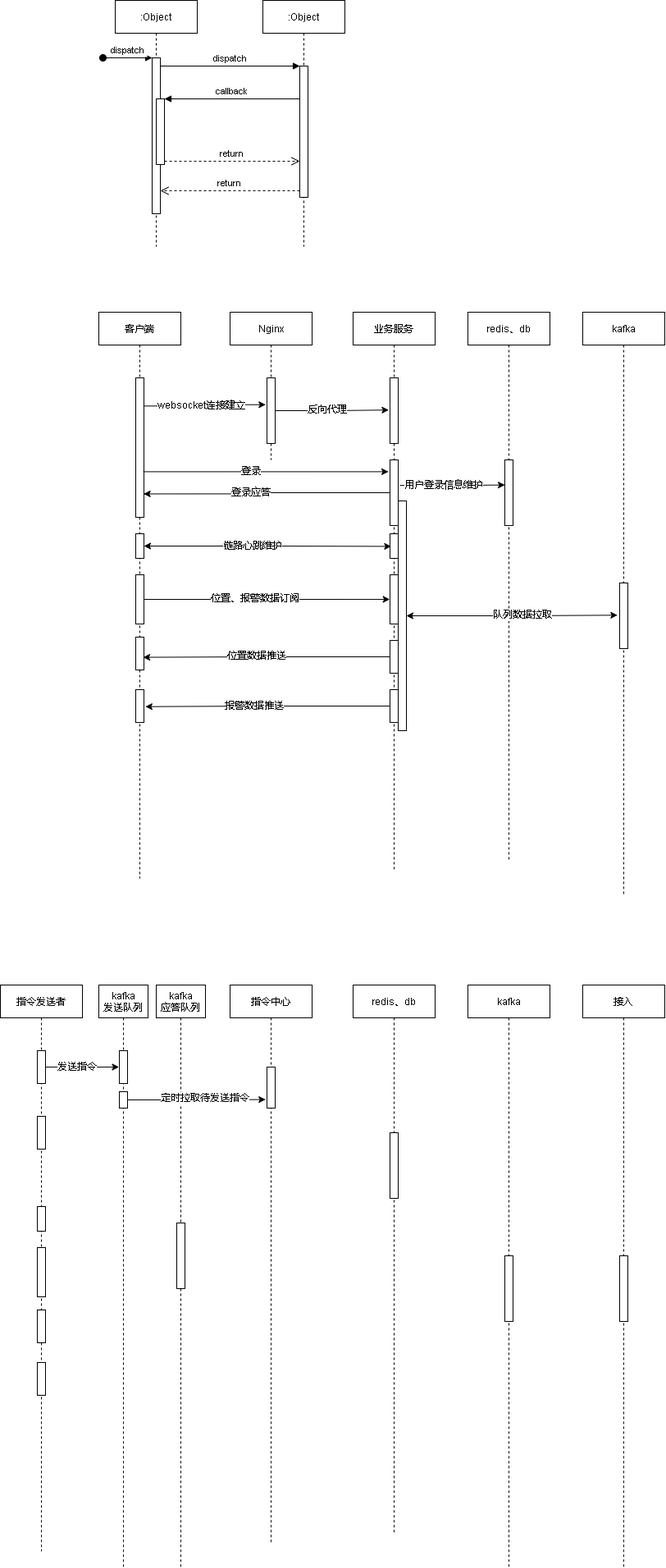
This is cgopro关键业务.drawio.png from xktder/draw, a draw.io export, as it was before one commit. Source tidied: cells renumbered, new cells last; positions are measured from the earlier drawing's top-left corner, leaving out a move shared by most shapes. The source it was exported from:
```xml
<mxGraphModel>
  <root>
    <mxCell id="0" />
    <mxCell id="1" parent="0" />
    <mxCell id="2" value=":Object" style="shape=umlLifeline;perimeter=lifelinePerimeter;rounded=0;shadow=0;strokeWidth=1;" parent="1" vertex="1">
      <mxGeometry x="140" width="100" height="300" as="geometry" />
    </mxCell>
    <mxCell id="3" style="points=[];perimeter=orthogonalPerimeter;rounded=0;shadow=0;strokeWidth=1;" parent="2" vertex="1">
      <mxGeometry x="45" y="70" width="10" height="190" as="geometry" />
    </mxCell>
    <mxCell id="4" value="dispatch" style="verticalAlign=bottom;startArrow=oval;endArrow=block;startSize=8;shadow=0;strokeWidth=1;" parent="2" edge="1" target="3">
      <mxGeometry relative="1" as="geometry">
        <mxPoint x="-15" y="70" as="sourcePoint" />
      </mxGeometry>
    </mxCell>
    <mxCell id="5" style="points=[];perimeter=orthogonalPerimeter;rounded=0;shadow=0;strokeWidth=1;" parent="2" vertex="1">
      <mxGeometry x="50" y="120" width="10" height="80" as="geometry" />
    </mxCell>
    <mxCell id="6" value=":Object" style="shape=umlLifeline;perimeter=lifelinePerimeter;rounded=0;shadow=0;strokeWidth=1;" parent="1" vertex="1">
      <mxGeometry x="320" width="100" height="300" as="geometry" />
    </mxCell>
    <mxCell id="7" style="points=[];perimeter=orthogonalPerimeter;rounded=0;shadow=0;strokeWidth=1;" parent="6" vertex="1">
      <mxGeometry x="45" y="80" width="10" height="160" as="geometry" />
    </mxCell>
    <mxCell id="8" value="return" style="verticalAlign=bottom;endArrow=open;dashed=1;endSize=8;exitX=0;exitY=0.95;shadow=0;strokeWidth=1;" parent="1" edge="1" source="7" target="3">
      <mxGeometry relative="1" as="geometry" />
    </mxCell>
    <mxCell id="9" value="dispatch" style="verticalAlign=bottom;endArrow=block;entryX=0;entryY=0;shadow=0;strokeWidth=1;" parent="1" edge="1" source="3" target="7">
      <mxGeometry relative="1" as="geometry" />
    </mxCell>
    <mxCell id="10" value="callback" style="verticalAlign=bottom;endArrow=block;entryX=1;entryY=0;shadow=0;strokeWidth=1;" parent="1" edge="1" source="7" target="5">
      <mxGeometry relative="1" as="geometry" />
    </mxCell>
    <mxCell id="11" value="return" style="verticalAlign=bottom;endArrow=open;dashed=1;endSize=8;exitX=1;exitY=0.95;shadow=0;strokeWidth=1;" parent="1" edge="1" source="5" target="7">
      <mxGeometry relative="1" as="geometry" />
    </mxCell>
    <mxCell id="12" value="客户端" style="shape=umlLifeline;perimeter=lifelinePerimeter;rounded=0;shadow=0;strokeWidth=1;" parent="1" vertex="1">
      <mxGeometry x="120" y="380" width="100" height="690" as="geometry" />
    </mxCell>
    <mxCell id="13" style="points=[];perimeter=orthogonalPerimeter;rounded=0;shadow=0;strokeWidth=1;" parent="12" vertex="1">
      <mxGeometry x="45" y="80" width="10" height="170" as="geometry" />
    </mxCell>
    <mxCell id="14" style="points=[];perimeter=orthogonalPerimeter;rounded=0;shadow=0;strokeWidth=1;" parent="12" vertex="1">
      <mxGeometry x="45" y="270" width="10" height="30" as="geometry" />
    </mxCell>
    <mxCell id="15" style="points=[];perimeter=orthogonalPerimeter;rounded=0;shadow=0;strokeWidth=1;" parent="12" vertex="1">
      <mxGeometry x="45" y="320" width="10" height="60" as="geometry" />
    </mxCell>
    <mxCell id="16" style="points=[];perimeter=orthogonalPerimeter;rounded=0;shadow=0;strokeWidth=1;" parent="12" vertex="1">
      <mxGeometry x="45" y="396" width="10" height="40" as="geometry" />
    </mxCell>
    <mxCell id="17" style="points=[];perimeter=orthogonalPerimeter;rounded=0;shadow=0;strokeWidth=1;" parent="12" vertex="1">
      <mxGeometry x="45" y="460" width="10" height="40" as="geometry" />
    </mxCell>
    <mxCell id="18" value="Nginx" style="shape=umlLifeline;perimeter=lifelinePerimeter;rounded=0;shadow=0;strokeWidth=1;" parent="1" vertex="1">
      <mxGeometry x="280" y="380" width="100" height="180" as="geometry" />
    </mxCell>
    <mxCell id="19" style="points=[];perimeter=orthogonalPerimeter;rounded=0;shadow=0;strokeWidth=1;" parent="18" vertex="1">
      <mxGeometry x="45" y="80" width="10" height="80" as="geometry" />
    </mxCell>
    <mxCell id="20" value="业务服务" style="shape=umlLifeline;perimeter=lifelinePerimeter;rounded=0;shadow=0;strokeWidth=1;" parent="1" vertex="1">
      <mxGeometry x="430" y="380" width="100" height="680" as="geometry" />
    </mxCell>
    <mxCell id="21" style="points=[];perimeter=orthogonalPerimeter;rounded=0;shadow=0;strokeWidth=1;" parent="20" vertex="1">
      <mxGeometry x="45" y="80" width="10" height="80" as="geometry" />
    </mxCell>
    <mxCell id="22" style="points=[];perimeter=orthogonalPerimeter;rounded=0;shadow=0;strokeWidth=1;" parent="20" vertex="1">
      <mxGeometry x="45" y="180" width="10" height="80" as="geometry" />
    </mxCell>
    <mxCell id="23" style="points=[];perimeter=orthogonalPerimeter;rounded=0;shadow=0;strokeWidth=1;" parent="20" vertex="1">
      <mxGeometry x="45" y="270" width="10" height="30" as="geometry" />
    </mxCell>
    <mxCell id="24" style="points=[];perimeter=orthogonalPerimeter;rounded=0;shadow=0;strokeWidth=1;" parent="20" vertex="1">
      <mxGeometry x="45" y="320" width="10" height="60" as="geometry" />
    </mxCell>
    <mxCell id="25" style="points=[];perimeter=orthogonalPerimeter;rounded=0;shadow=0;strokeWidth=1;" parent="20" vertex="1">
      <mxGeometry x="55" y="230" width="10" height="280" as="geometry" />
    </mxCell>
    <mxCell id="26" style="points=[];perimeter=orthogonalPerimeter;rounded=0;shadow=0;strokeWidth=1;" parent="20" vertex="1">
      <mxGeometry x="45" y="400" width="10" height="40" as="geometry" />
    </mxCell>
    <mxCell id="27" style="points=[];perimeter=orthogonalPerimeter;rounded=0;shadow=0;strokeWidth=1;" parent="20" vertex="1">
      <mxGeometry x="45" y="460" width="10" height="40" as="geometry" />
    </mxCell>
    <mxCell id="28" value="redis、db" style="shape=umlLifeline;perimeter=lifelinePerimeter;rounded=0;shadow=0;strokeWidth=1;" parent="1" vertex="1">
      <mxGeometry x="570" y="380" width="100" height="670" as="geometry" />
    </mxCell>
    <mxCell id="29" style="points=[];perimeter=orthogonalPerimeter;rounded=0;shadow=0;strokeWidth=1;" parent="28" vertex="1">
      <mxGeometry x="45" y="180" width="10" height="80" as="geometry" />
    </mxCell>
    <mxCell id="30" value="kafka" style="shape=umlLifeline;perimeter=lifelinePerimeter;rounded=0;shadow=0;strokeWidth=1;" parent="1" vertex="1">
      <mxGeometry x="710" y="380" width="100" height="710" as="geometry" />
    </mxCell>
    <mxCell id="31" style="points=[];perimeter=orthogonalPerimeter;rounded=0;shadow=0;strokeWidth=1;" parent="30" vertex="1">
      <mxGeometry x="45" y="330" width="10" height="80" as="geometry" />
    </mxCell>
    <mxCell id="32" style="edgeStyle=orthogonalEdgeStyle;rounded=0;jettySize=auto;html=1;entryX=-0.167;entryY=0.409;entryDx=0;entryDy=0;entryPerimeter=0;exitX=0.938;exitY=0.202;exitDx=0;exitDy=0;exitPerimeter=0;" parent="1" edge="1" source="13" target="19">
      <mxGeometry relative="1" as="geometry" />
    </mxCell>
    <mxCell id="33" value="websocket连接建立" style="edgeLabel;html=1;align=center;verticalAlign=middle;" parent="32" vertex="1">
      <mxGeometry x="-0.07" y="1" relative="1" as="geometry" />
    </mxCell>
    <mxCell id="34" style="edgeStyle=orthogonalEdgeStyle;rounded=0;jettySize=auto;html=1;entryX=-0.157;entryY=0.49;entryDx=0;entryDy=0;entryPerimeter=0;" parent="1" edge="1" source="19" target="21">
      <mxGeometry relative="1" as="geometry" />
    </mxCell>
    <mxCell id="35" value="反向代理" style="edgeLabel;html=1;align=center;verticalAlign=middle;" parent="34" vertex="1">
      <mxGeometry x="-0.1" y="1" relative="1" as="geometry" />
    </mxCell>
    <mxCell id="36" style="edgeStyle=orthogonalEdgeStyle;rounded=0;jettySize=auto;html=1;entryX=-0.19;entryY=0.18;entryDx=0;entryDy=0;entryPerimeter=0;exitX=0.907;exitY=0.673;exitDx=0;exitDy=0;exitPerimeter=0;" parent="1" edge="1" source="13" target="22">
      <mxGeometry relative="1" as="geometry" />
    </mxCell>
    <mxCell id="37" value="登录" style="edgeLabel;html=1;align=center;verticalAlign=middle;" parent="36" vertex="1">
      <mxGeometry x="-0.13" y="1" relative="1" as="geometry" />
    </mxCell>
    <mxCell id="38" style="edgeStyle=orthogonalEdgeStyle;rounded=0;jettySize=auto;html=1;entryX=0.962;entryY=0.832;entryDx=0;entryDy=0;entryPerimeter=0;" parent="1" edge="1" source="22" target="13">
      <mxGeometry relative="1" as="geometry" />
    </mxCell>
    <mxCell id="39" value="登录应答" style="edgeLabel;html=1;align=center;verticalAlign=middle;" parent="38" vertex="1">
      <mxGeometry x="0.14" y="-2" relative="1" as="geometry" />
    </mxCell>
    <mxCell id="40" style="edgeStyle=orthogonalEdgeStyle;rounded=0;jettySize=auto;html=1;entryX=0.007;entryY=0.382;entryDx=0;entryDy=0;entryPerimeter=0;exitX=1.207;exitY=0.389;exitDx=0;exitDy=0;exitPerimeter=0;" parent="1" edge="1" source="22" target="29">
      <mxGeometry relative="1" as="geometry" />
    </mxCell>
    <mxCell id="41" value="用户登录信息维护" style="edgeLabel;html=1;align=center;verticalAlign=middle;" parent="40" vertex="1">
      <mxGeometry x="-0.17" relative="1" as="geometry" />
    </mxCell>
    <mxCell id="42" style="edgeStyle=orthogonalEdgeStyle;rounded=0;jettySize=auto;html=1;entryX=0.141;entryY=0.514;entryDx=0;entryDy=0;entryPerimeter=0;startArrow=classic;startFill=1;" parent="1" edge="1" source="14" target="23">
      <mxGeometry relative="1" as="geometry" />
    </mxCell>
    <mxCell id="43" value="链路心跳维护" style="edgeLabel;html=1;align=center;verticalAlign=middle;" parent="42" vertex="1">
      <mxGeometry x="-0.13" relative="1" as="geometry" />
    </mxCell>
    <mxCell id="44" style="edgeStyle=orthogonalEdgeStyle;rounded=0;jettySize=auto;html=1;entryX=-0.024;entryY=0.499;entryDx=0;entryDy=0;entryPerimeter=0;startArrow=none;startFill=0;" parent="1" edge="1" source="15" target="24">
      <mxGeometry relative="1" as="geometry" />
    </mxCell>
    <mxCell id="45" value="位置、报警数据订阅" style="edgeLabel;html=1;align=center;verticalAlign=middle;" parent="44" vertex="1">
      <mxGeometry x="-0.1" y="1" relative="1" as="geometry" />
    </mxCell>
    <mxCell id="46" style="edgeStyle=orthogonalEdgeStyle;rounded=0;jettySize=auto;html=1;entryX=-0.272;entryY=0.491;entryDx=0;entryDy=0;entryPerimeter=0;startArrow=classic;startFill=1;" parent="1" edge="1" source="25" target="31">
      <mxGeometry relative="1" as="geometry" />
    </mxCell>
    <mxCell id="47" value="队列数据拉取" style="edgeLabel;html=1;align=center;verticalAlign=middle;" parent="46" vertex="1">
      <mxGeometry x="0.1" y="1" relative="1" as="geometry" />
    </mxCell>
    <mxCell id="48" style="edgeStyle=orthogonalEdgeStyle;rounded=0;jettySize=auto;html=1;entryX=0.907;entryY=0.615;entryDx=0;entryDy=0;entryPerimeter=0;startArrow=none;startFill=0;" parent="1" edge="1" source="26" target="16">
      <mxGeometry relative="1" as="geometry" />
    </mxCell>
    <mxCell id="49" value="位置数据推送" style="edgeLabel;html=1;align=center;verticalAlign=middle;" parent="48" vertex="1">
      <mxGeometry x="0.09" y="-2" relative="1" as="geometry" />
    </mxCell>
    <mxCell id="50" style="edgeStyle=orthogonalEdgeStyle;rounded=0;jettySize=auto;html=1;entryX=1.183;entryY=0.518;entryDx=0;entryDy=0;entryPerimeter=0;startArrow=none;startFill=0;" parent="1" edge="1" source="27" target="17">
      <mxGeometry relative="1" as="geometry" />
    </mxCell>
    <mxCell id="51" value="报警数据推送" style="edgeLabel;html=1;align=center;verticalAlign=middle;" parent="50" vertex="1">
      <mxGeometry x="0.18" y="-1" relative="1" as="geometry">
        <mxPoint x="9" as="offset" />
      </mxGeometry>
    </mxCell>
    <mxCell id="52" value="指令发送者" style="shape=umlLifeline;perimeter=lifelinePerimeter;rounded=0;shadow=0;strokeWidth=1;" parent="1" vertex="1">
      <mxGeometry y="1200" width="100" height="690" as="geometry" />
    </mxCell>
    <mxCell id="53" style="points=[];perimeter=orthogonalPerimeter;rounded=0;shadow=0;strokeWidth=1;" parent="52" vertex="1">
      <mxGeometry x="45" y="80" width="10" height="40" as="geometry" />
    </mxCell>
    <mxCell id="54" style="perimeter=orthogonalPerimeter;rounded=0;shadow=0;strokeWidth=1;" parent="52" vertex="1">
      <mxGeometry x="45" y="270" width="10" height="30" as="geometry" />
    </mxCell>
    <mxCell id="55" style="perimeter=orthogonalPerimeter;rounded=0;shadow=0;strokeWidth=1;" parent="52" vertex="1">
      <mxGeometry x="45" y="320" width="10" height="60" as="geometry" />
    </mxCell>
    <mxCell id="56" style="perimeter=orthogonalPerimeter;rounded=0;shadow=0;strokeWidth=1;" parent="52" vertex="1">
      <mxGeometry x="45" y="396" width="10" height="40" as="geometry" />
    </mxCell>
    <mxCell id="57" style="perimeter=orthogonalPerimeter;rounded=0;shadow=0;strokeWidth=1;" parent="52" vertex="1">
      <mxGeometry x="45" y="460" width="10" height="40" as="geometry" />
    </mxCell>
    <mxCell id="58" style="points=[];perimeter=orthogonalPerimeter;rounded=0;shadow=0;strokeWidth=1;" parent="52" vertex="1">
      <mxGeometry x="45" y="160" width="10" height="40" as="geometry" />
    </mxCell>
    <mxCell id="59" value="指令中心" style="shape=umlLifeline;perimeter=lifelinePerimeter;rounded=0;shadow=0;strokeWidth=1;" parent="1" vertex="1">
      <mxGeometry x="280" y="1200" width="100" height="680" as="geometry" />
    </mxCell>
    <mxCell id="60" style="points=[];perimeter=orthogonalPerimeter;rounded=0;shadow=0;strokeWidth=1;" parent="59" vertex="1">
      <mxGeometry x="45" y="100" width="10" height="50" as="geometry" />
    </mxCell>
    <mxCell id="61" value="redis、db" style="shape=umlLifeline;perimeter=lifelinePerimeter;rounded=0;shadow=0;strokeWidth=1;" parent="1" vertex="1">
      <mxGeometry x="430" y="1200" width="100" height="670" as="geometry" />
    </mxCell>
    <mxCell id="62" style="perimeter=orthogonalPerimeter;rounded=0;shadow=0;strokeWidth=1;" parent="61" vertex="1">
      <mxGeometry x="45" y="180" width="10" height="80" as="geometry" />
    </mxCell>
    <mxCell id="63" value="kafka" style="shape=umlLifeline;perimeter=lifelinePerimeter;rounded=0;shadow=0;strokeWidth=1;" parent="1" vertex="1">
      <mxGeometry x="570" y="1200" width="100" height="710" as="geometry" />
    </mxCell>
    <mxCell id="64" style="perimeter=orthogonalPerimeter;rounded=0;shadow=0;strokeWidth=1;" parent="63" vertex="1">
      <mxGeometry x="45" y="330" width="10" height="80" as="geometry" />
    </mxCell>
    <mxCell id="65" value="接入" style="shape=umlLifeline;perimeter=lifelinePerimeter;rounded=0;shadow=0;strokeWidth=1;" parent="1" vertex="1">
      <mxGeometry x="710" y="1200" width="100" height="710" as="geometry" />
    </mxCell>
    <mxCell id="66" style="perimeter=orthogonalPerimeter;rounded=0;shadow=0;strokeWidth=1;" parent="65" vertex="1">
      <mxGeometry x="45" y="330" width="10" height="80" as="geometry" />
    </mxCell>
    <mxCell id="67" value="kafka&#10;发送队列" style="shape=umlLifeline;perimeter=lifelinePerimeter;rounded=0;shadow=0;strokeWidth=1;" parent="1" vertex="1">
      <mxGeometry x="120" y="1200" width="60" height="710" as="geometry" />
    </mxCell>
    <mxCell id="68" style="points=[];perimeter=orthogonalPerimeter;rounded=0;shadow=0;strokeWidth=1;" parent="67" vertex="1">
      <mxGeometry x="25" y="80" width="10" height="40" as="geometry" />
    </mxCell>
    <mxCell id="69" style="points=[];perimeter=orthogonalPerimeter;rounded=0;shadow=0;strokeWidth=1;" parent="67" vertex="1">
      <mxGeometry x="25" y="130" width="10" height="20" as="geometry" />
    </mxCell>
    <mxCell id="70" value="kafka&#10;应答队列" style="shape=umlLifeline;perimeter=lifelinePerimeter;rounded=0;shadow=0;strokeWidth=1;" parent="1" vertex="1">
      <mxGeometry x="190" y="1200" width="60" height="710" as="geometry" />
    </mxCell>
    <mxCell id="71" style="perimeter=orthogonalPerimeter;rounded=0;shadow=0;strokeWidth=1;" parent="70" vertex="1">
      <mxGeometry x="25" y="290" width="10" height="80" as="geometry" />
    </mxCell>
    <mxCell id="72" style="edgeStyle=orthogonalEdgeStyle;rounded=0;jettySize=auto;html=1;entryX=-0.043;entryY=0.499;entryDx=0;entryDy=0;entryPerimeter=0;startArrow=none;startFill=0;" parent="1" edge="1" source="53" target="68">
      <mxGeometry relative="1" as="geometry" />
    </mxCell>
    <mxCell id="73" value="发送指令" style="edgeLabel;html=1;align=center;verticalAlign=middle;" parent="72" vertex="1">
      <mxGeometry x="-0.16" relative="1" as="geometry" />
    </mxCell>
    <mxCell id="74" style="edgeStyle=orthogonalEdgeStyle;rounded=0;jettySize=auto;html=1;entryX=-0.176;entryY=0.791;entryDx=0;entryDy=0;entryPerimeter=0;startArrow=none;startFill=0;" parent="1" edge="1" source="69" target="60">
      <mxGeometry relative="1" as="geometry" />
    </mxCell>
    <mxCell id="75" value="定时拉取待发送指令" style="edgeLabel;html=1;align=center;verticalAlign=middle;" parent="74" vertex="1">
      <mxGeometry x="0.12" y="-2" relative="1" as="geometry">
        <mxPoint y="-4" as="offset" />
      </mxGeometry>
    </mxCell>
  </root>
</mxGraphModel>
```
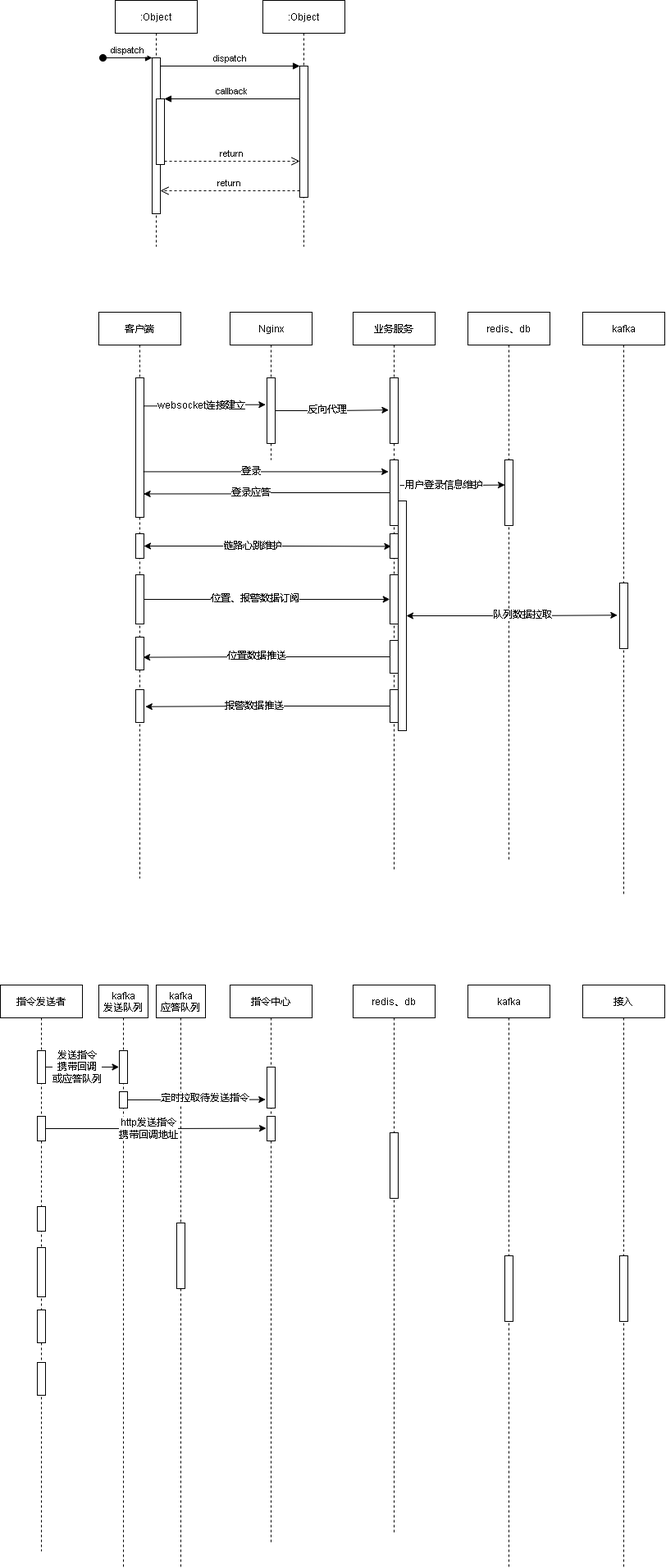
After the change.

Commit message:
更新cgopro关键业务.drawio.png

Diff of the diagram source:
```diff
@@ -175,7 +175,7 @@
       <mxGeometry x="45" y="460" width="10" height="40" as="geometry" />
     </mxCell>
     <mxCell id="58" style="points=[];perimeter=orthogonalPerimeter;rounded=0;shadow=0;strokeWidth=1;" parent="52" vertex="1">
-      <mxGeometry x="45" y="160" width="10" height="40" as="geometry" />
+      <mxGeometry x="45" y="160" width="10" height="30" as="geometry" />
     </mxCell>
     <mxCell id="59" value="指令中心" style="shape=umlLifeline;perimeter=lifelinePerimeter;rounded=0;shadow=0;strokeWidth=1;" parent="1" vertex="1">
       <mxGeometry x="280" y="1200" width="100" height="680" as="geometry" />
@@ -183,6 +183,9 @@
     <mxCell id="60" style="points=[];perimeter=orthogonalPerimeter;rounded=0;shadow=0;strokeWidth=1;" parent="59" vertex="1">
       <mxGeometry x="45" y="100" width="10" height="50" as="geometry" />
     </mxCell>
+    <mxCell id="76" style="points=[];perimeter=orthogonalPerimeter;rounded=0;shadow=0;strokeWidth=1;" parent="59" vertex="1">
+      <mxGeometry x="45" y="160" width="10" height="30" as="geometry" />
+    </mxCell>
     <mxCell id="61" value="redis、db" style="shape=umlLifeline;perimeter=lifelinePerimeter;rounded=0;shadow=0;strokeWidth=1;" parent="1" vertex="1">
       <mxGeometry x="430" y="1200" width="100" height="670" as="geometry" />
     </mxCell>
@@ -219,7 +222,7 @@
     <mxCell id="72" style="edgeStyle=orthogonalEdgeStyle;rounded=0;jettySize=auto;html=1;entryX=-0.043;entryY=0.499;entryDx=0;entryDy=0;entryPerimeter=0;startArrow=none;startFill=0;" parent="1" edge="1" source="53" target="68">
       <mxGeometry relative="1" as="geometry" />
     </mxCell>
-    <mxCell id="73" value="发送指令" style="edgeLabel;html=1;align=center;verticalAlign=middle;" parent="72" vertex="1">
+    <mxCell id="73" value="发送指令&lt;br&gt;携带回调&lt;br&gt;或应答队列" style="edgeLabel;html=1;align=center;verticalAlign=middle;" parent="72" vertex="1">
       <mxGeometry x="-0.16" relative="1" as="geometry" />
     </mxCell>
     <mxCell id="74" style="edgeStyle=orthogonalEdgeStyle;rounded=0;jettySize=auto;html=1;entryX=-0.176;entryY=0.791;entryDx=0;entryDy=0;entryPerimeter=0;startArrow=none;startFill=0;" parent="1" edge="1" source="69" target="60">
@@ -230,5 +233,11 @@
         <mxPoint y="-4" as="offset" />
       </mxGeometry>
     </mxCell>
+    <mxCell id="77" style="edgeStyle=orthogonalEdgeStyle;rounded=0;jettySize=auto;html=1;entryX=-0.1;entryY=0.487;entryDx=0;entryDy=0;entryPerimeter=0;startArrow=none;startFill=0;" parent="1" edge="1" source="58" target="76">
+      <mxGeometry relative="1" as="geometry" />
+    </mxCell>
+    <mxCell id="78" value="http发送指令&lt;br&gt;携带回调地址" style="edgeLabel;html=1;align=center;verticalAlign=middle;" parent="77" vertex="1">
+      <mxGeometry x="-0.07" relative="1" as="geometry" />
+    </mxCell>
   </root>
 </mxGraphModel>
```
